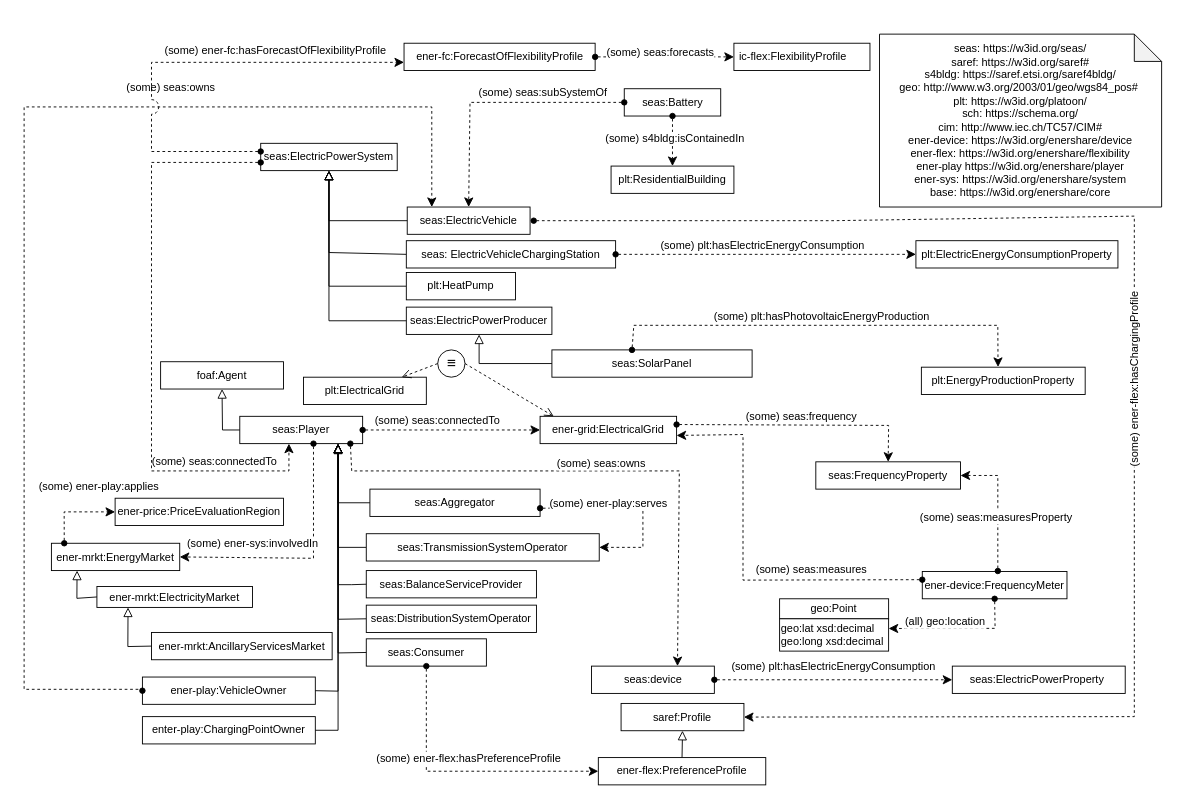
This is page "grid" (1 of 5) of SDMPilotsDiagrams/Harmonized-SDM-pilot6-V1.7.drawio from EnershareProject/EnershareOntologies, a draw.io file, before an edit. Source tidied: cells renumbered, new cells numbered last; positions are measured from the earlier drawing's top-left corner, leaving out a move shared by most shapes. Both pictures are drawn from the tidied source at 91%, with x=0, y=0 at pixel (24, 34).
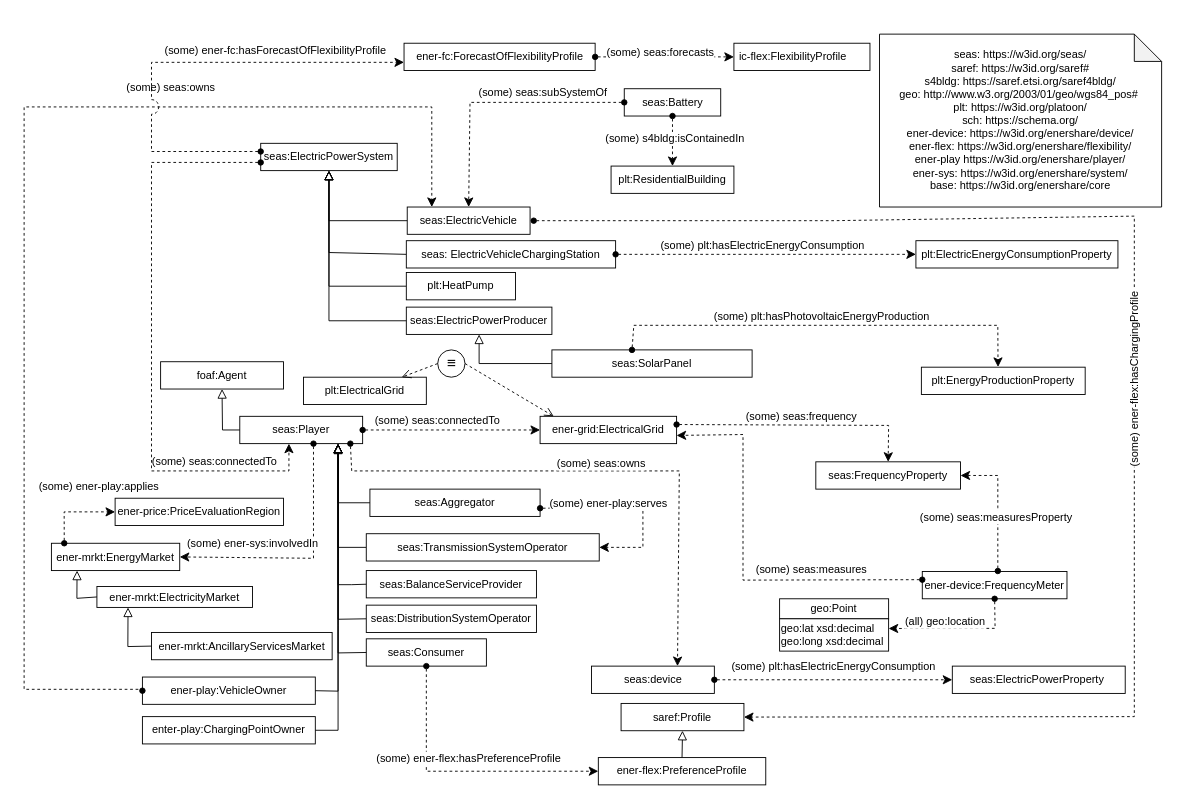
The same diagram, later.

What changed in the source:
```diff
@@
-    <mxCell id="70" value="&lt;div&gt;&lt;/div&gt;&lt;div style=&quot;&quot;&gt;&lt;div style=&quot;border-color: var(--border-color);&quot;&gt;&amp;nbsp;&lt;/div&gt;&lt;div style=&quot;border-color: var(--border-color);&quot;&gt;&lt;br&gt;&lt;/div&gt;&lt;div style=&quot;border-color: var(--border-color);&quot;&gt;seas: https://w3id.org/seas/&lt;br style=&quot;border-color: var(--border-color);&quot;&gt;&lt;/div&gt;&lt;div style=&quot;border-color: var(--border-color);&quot;&gt;&lt;span style=&quot;border-color: var(--border-color); background-color: initial;&quot;&gt;saref: https://w3id.org/saref#&lt;/span&gt;&lt;/div&gt;&lt;div style=&quot;border-color: var(--border-color);&quot;&gt;&lt;span style=&quot;border-color: var(--border-color); background-color: initial;&quot;&gt;s4bldg: https://saref.etsi.org/saref4bldg/&lt;/span&gt;&lt;/div&gt;&lt;div style=&quot;border-color: var(--border-color);&quot;&gt;&lt;span style=&quot;border-color: var(--border-color); background-color: initial;&quot;&gt;geo: http://www.w3.org/2003/01/geo/wgs84_pos#&amp;nbsp;&lt;br style=&quot;border-color: var(--border-color);&quot;&gt;&lt;/span&gt;&lt;/div&gt;&lt;div style=&quot;border-color: var(--border-color);&quot;&gt;&lt;span style=&quot;background-color: initial;&quot;&gt;plt: https://w3id.org/platoon/&lt;/span&gt;&lt;br&gt;&lt;/div&gt;&lt;div style=&quot;border-color: var(--border-color);&quot;&gt;&lt;div style=&quot;border-color: var(--border-color);&quot;&gt;&lt;div style=&quot;border-color: var(--border-color);&quot;&gt;sch: https://schema.org/&lt;/div&gt;&lt;div&gt;cim: http://www.iec.ch/TC57/CIM#&lt;/div&gt;&lt;/div&gt;&lt;/div&gt;&lt;div style=&quot;border-color: var(--border-color);&quot;&gt;&lt;span style=&quot;background-color: initial;&quot;&gt;ener-device:&amp;nbsp;https://w3id.org/enershare/device&lt;/span&gt;&lt;br&gt;&lt;/div&gt;&lt;div style=&quot;border-color: var(--border-color);&quot;&gt;ener-flex:&amp;nbsp;https://w3id.org/enershare/flexibility&lt;span style=&quot;background-color: initial;&quot;&gt;&lt;br&gt;&lt;/span&gt;&lt;/div&gt;&lt;div style=&quot;border-color: var(--border-color);&quot;&gt;ener-play https://w3id.org/enershare/player&lt;br&gt;&lt;/div&gt;&lt;div style=&quot;border-color: var(--border-color);&quot;&gt;ener-sys:&amp;nbsp;https://w3id.org/enershare/system&lt;br&gt;&lt;/div&gt;&lt;/div&gt;&lt;div style=&quot;&quot;&gt;&lt;div style=&quot;border-color: var(--border-color);&quot;&gt;&lt;div style=&quot;border-color: var(--border-color);&quot;&gt;&lt;span style=&quot;background-color: initial;&quot;&gt;base:&amp;nbsp;https://w3id.org/enershare/core&lt;/span&gt;&lt;br&gt;&lt;/div&gt;&lt;div style=&quot;border-color: var(--border-color);&quot;&gt;&lt;div style=&quot;border-color: var(--border-color);&quot;&gt;&lt;/div&gt;&lt;/div&gt;&lt;div&gt;&lt;br&gt;&lt;br&gt;&lt;/div&gt;&lt;/div&gt;&lt;div style=&quot;border-color: var(--border-color);&quot;&gt;&lt;/div&gt;&lt;/div&gt;" style="shape=note;whiteSpace=wrap;html=1;backgroundOutline=1;darkOpacity=0.05;" parent="1" vertex="1">
+    <mxCell id="70" value="&lt;div&gt;&lt;/div&gt;&lt;div style=&quot;&quot;&gt;&lt;div style=&quot;border-color: var(--border-color);&quot;&gt;&amp;nbsp;&lt;/div&gt;&lt;div style=&quot;border-color: var(--border-color);&quot;&gt;&lt;br&gt;&lt;/div&gt;&lt;div style=&quot;border-color: var(--border-color);&quot;&gt;seas: https://w3id.org/seas/&lt;br style=&quot;border-color: var(--border-color);&quot;&gt;&lt;/div&gt;&lt;div style=&quot;border-color: var(--border-color);&quot;&gt;&lt;span style=&quot;border-color: var(--border-color); background-color: initial;&quot;&gt;saref: https://w3id.org/saref#&lt;/span&gt;&lt;/div&gt;&lt;div style=&quot;border-color: var(--border-color);&quot;&gt;&lt;span style=&quot;border-color: var(--border-color); background-color: initial;&quot;&gt;s4bldg: https://saref.etsi.org/saref4bldg/&lt;/span&gt;&lt;/div&gt;&lt;div style=&quot;border-color: var(--border-color);&quot;&gt;&lt;span style=&quot;border-color: var(--border-color); background-color: initial;&quot;&gt;geo: http://www.w3.org/2003/01/geo/wgs84_pos#&amp;nbsp;&lt;br style=&quot;border-color: var(--border-color);&quot;&gt;&lt;/span&gt;&lt;/div&gt;&lt;div style=&quot;border-color: var(--border-color);&quot;&gt;&lt;span style=&quot;background-color: initial;&quot;&gt;plt: https://w3id.org/platoon/&lt;/span&gt;&lt;br&gt;&lt;/div&gt;&lt;div style=&quot;border-color: var(--border-color);&quot;&gt;&lt;div style=&quot;border-color: var(--border-color);&quot;&gt;&lt;div style=&quot;border-color: var(--border-color);&quot;&gt;sch: https://schema.org/&lt;/div&gt;&lt;/div&gt;&lt;/div&gt;&lt;div style=&quot;border-color: var(--border-color);&quot;&gt;&lt;span style=&quot;background-color: initial;&quot;&gt;ener-device:&amp;nbsp;https://w3id.org/enershare/device/&lt;/span&gt;&lt;br&gt;&lt;/div&gt;&lt;div style=&quot;border-color: var(--border-color);&quot;&gt;ener-flex:&amp;nbsp;https://w3id.org/enershare/flexibility/&lt;span style=&quot;background-color: initial;&quot;&gt;&lt;br&gt;&lt;/span&gt;&lt;/div&gt;&lt;div style=&quot;border-color: var(--border-color);&quot;&gt;ener-play https://w3id.org/enershare/player/&lt;br&gt;&lt;/div&gt;&lt;div style=&quot;border-color: var(--border-color);&quot;&gt;ener-sys:&amp;nbsp;https://w3id.org/enershare/system/&lt;br&gt;&lt;/div&gt;&lt;/div&gt;&lt;div style=&quot;&quot;&gt;&lt;div style=&quot;border-color: var(--border-color);&quot;&gt;&lt;div style=&quot;border-color: var(--border-color);&quot;&gt;&lt;span style=&quot;background-color: initial;&quot;&gt;base:&amp;nbsp;https://w3id.org/enershare/core&lt;/span&gt;&lt;br&gt;&lt;/div&gt;&lt;div style=&quot;border-color: var(--border-color);&quot;&gt;&lt;div style=&quot;border-color: var(--border-color);&quot;&gt;&lt;/div&gt;&lt;/div&gt;&lt;div&gt;&lt;br&gt;&lt;br&gt;&lt;/div&gt;&lt;/div&gt;&lt;div style=&quot;border-color: var(--border-color);&quot;&gt;&lt;/div&gt;&lt;/div&gt;" style="shape=note;whiteSpace=wrap;html=1;backgroundOutline=1;darkOpacity=0.05;" parent="1" vertex="1">
       <mxGeometry x="940" width="310" height="190" as="geometry" />
     </mxCell>
```
